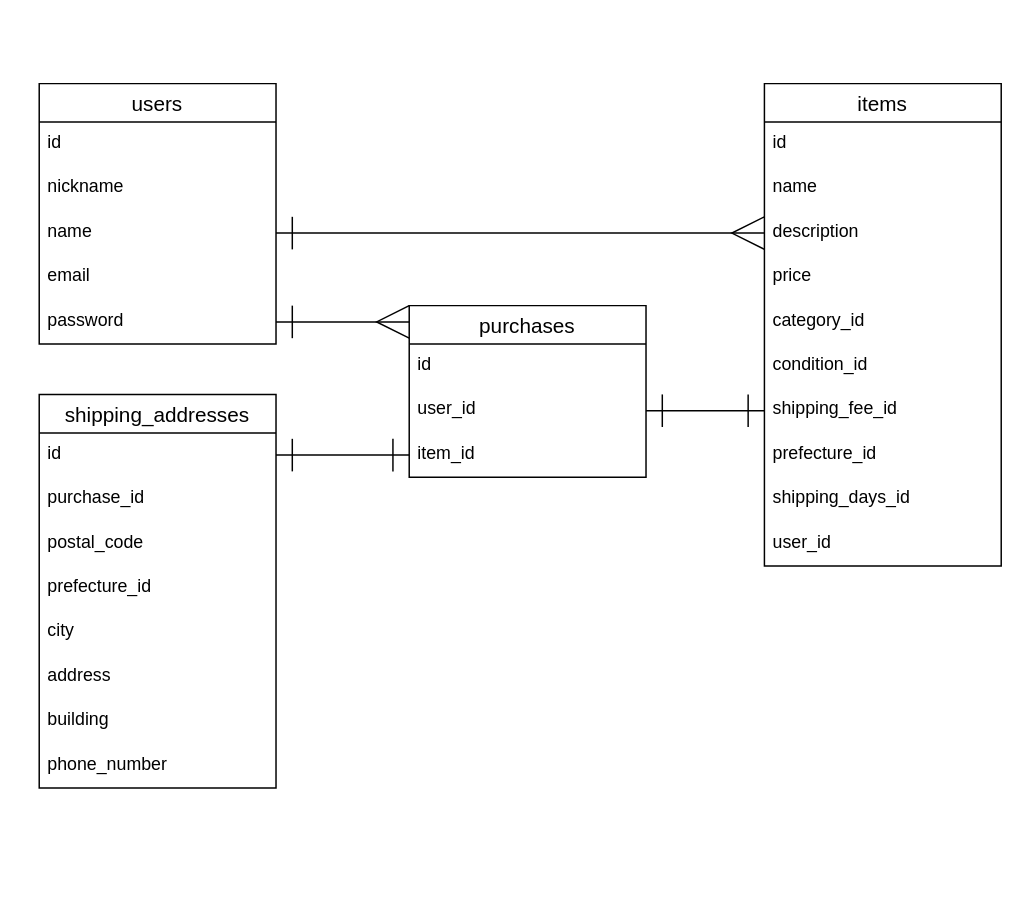
The draw.io diagram ER.dio in Saiko233/furima-40791, before the edit. Source tidied: cells renumbered, new cells numbered last; positions are measured from the earlier drawing's top-left corner, leaving out a move shared by most shapes. Both pictures are drawn from the tidied source at 148%, with x=0, y=0 at pixel (38, 83).
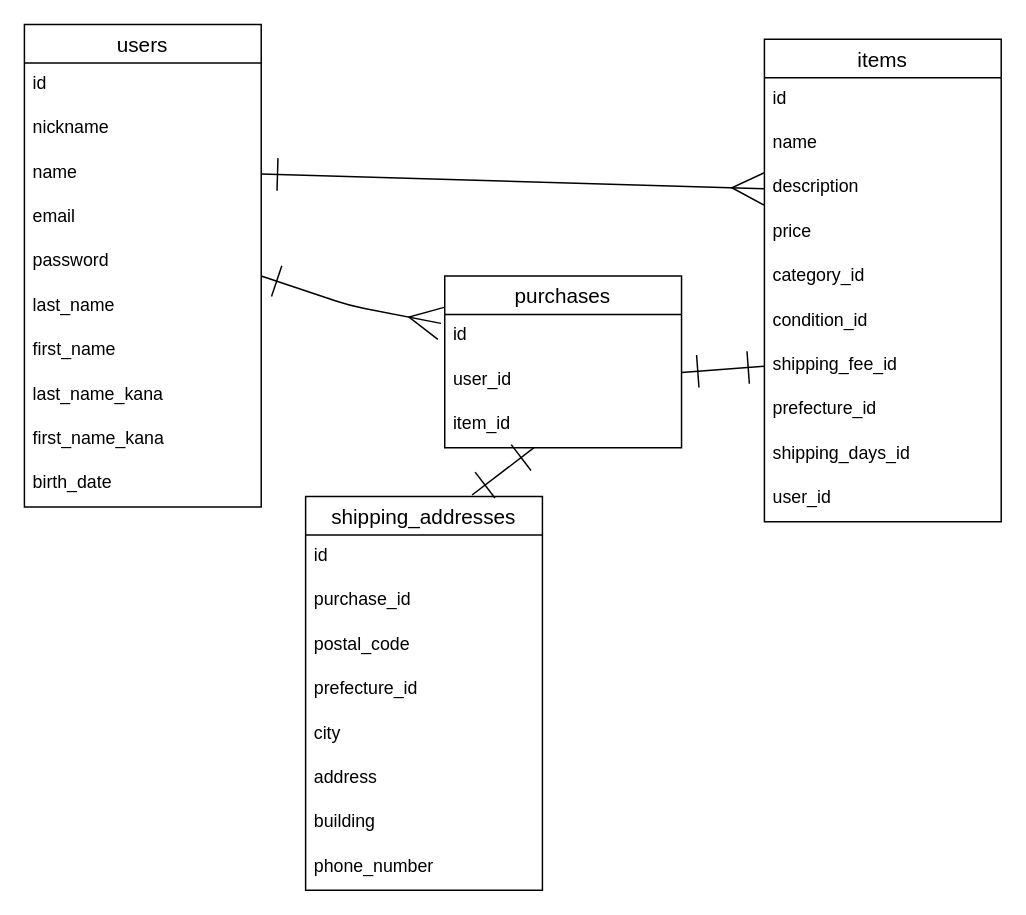
Above is the later version.

Unchanged cells that the change refers to:
```xml
<mxCell id="7" value="password" style="text;strokeColor=none;fillColor=none;spacingLeft=4;spacingRight=4;overflow=hidden;points=[[0,0.5],[1,0.5]];portConstraint=eastwest;fontSize=12;" parent="2" vertex="1">
  <mxGeometry y="146" width="160" height="30" as="geometry" />
</mxCell>
<mxCell id="9" value="id" style="text;strokeColor=none;fillColor=none;spacingLeft=4;spacingRight=4;overflow=hidden;points=[[0,0.5],[1,0.5]];portConstraint=eastwest;fontSize=12;" parent="8" vertex="1">
  <mxGeometry y="26" width="160" height="30" as="geometry" />
</mxCell>
<mxCell id="29" value="id" style="text;strokeColor=none;fillColor=none;spacingLeft=4;spacingRight=4;overflow=hidden;points=[[0,0.5],[1,0.5]];portConstraint=eastwest;fontSize=12;" parent="28" vertex="1">
  <mxGeometry y="26" width="160" height="30" as="geometry" />
</mxCell>
<mxCell id="31" value="item_id" style="text;strokeColor=none;fillColor=none;spacingLeft=4;spacingRight=4;overflow=hidden;points=[[0,0.5],[1,0.5]];portConstraint=eastwest;fontSize=12;" parent="28" vertex="1">
  <mxGeometry y="86" width="160" height="30" as="geometry" />
</mxCell>
```

Diff of the diagram source:
```diff
@@
     <mxCell id="2" value="users" style="swimlane;fontStyle=0;horizontal=1;startSize=26;align=center;fontSize=14;" parent="1" vertex="1">
-      <mxGeometry width="160" height="176" as="geometry" />
+      <mxGeometry x="-10" y="-40" width="160" height="326" as="geometry" />
     </mxCell>
@@
+    <mxCell id="36" value="last_name" style="text;strokeColor=none;fillColor=none;spacingLeft=4;spacingRight=4;overflow=hidden;fontSize=12;fontFamily=Helvetica;fontColor=default;" parent="2" vertex="1">
+      <mxGeometry y="176" width="160" height="30" as="geometry" />
+    </mxCell>
+    <mxCell id="37" value="first_name" style="text;strokeColor=none;fillColor=none;spacingLeft=4;spacingRight=4;overflow=hidden;fontSize=12;fontFamily=Helvetica;fontColor=default;" parent="2" vertex="1">
+      <mxGeometry y="206" width="160" height="30" as="geometry" />
+    </mxCell>
+    <mxCell id="38" value="last_name_kana" style="text;strokeColor=none;fillColor=none;spacingLeft=4;spacingRight=4;overflow=hidden;fontSize=12;fontFamily=Helvetica;fontColor=default;" parent="2" vertex="1">
+      <mxGeometry y="236" width="160" height="30" as="geometry" />
+    </mxCell>
+    <mxCell id="39" value="first_name_kana" style="text;strokeColor=none;fillColor=none;spacingLeft=4;spacingRight=4;overflow=hidden;fontSize=12;fontFamily=Helvetica;fontColor=default;" parent="2" vertex="1">
+      <mxGeometry y="266" width="160" height="30" as="geometry" />
+    </mxCell>
+    <mxCell id="40" value="birth_date" style="text;strokeColor=none;fillColor=none;spacingLeft=4;spacingRight=4;overflow=hidden;fontSize=12;fontFamily=Helvetica;fontColor=default;" parent="2" vertex="1">
+      <mxGeometry y="296" width="160" height="30" as="geometry" />
+    </mxCell>
     <mxCell id="8" value="shipping_addresses" style="swimlane;fontStyle=0;horizontal=1;startSize=26;align=center;fontSize=14;" parent="1" vertex="1">
-      <mxGeometry y="210" width="160" height="266" as="geometry" />
+      <mxGeometry x="180" y="279" width="160" height="266" as="geometry" />
     </mxCell>
@@
     <mxCell id="17" value="items" style="swimlane;fontStyle=0;horizontal=1;startSize=26;align=center;fontSize=14;" parent="1" vertex="1">
-      <mxGeometry x="490" width="160" height="326" as="geometry" />
+      <mxGeometry x="490" y="-30" width="160" height="326" as="geometry" />
     </mxCell>
@@
     <mxCell id="28" value="purchases" style="swimlane;fontStyle=0;horizontal=1;startSize=26;align=center;fontSize=14;" parent="1" vertex="1">
-      <mxGeometry x="250" y="150" width="160" height="116" as="geometry" />
+      <mxGeometry x="274" y="130" width="160" height="116" as="geometry" />
     </mxCell>
@@
-    <mxCell id="33" style="edgeStyle=none;shape=connector;rounded=1;html=1;labelBackgroundColor=default;strokeColor=default;fontFamily=Helvetica;fontSize=11;fontColor=default;startArrow=ERone;startFill=0;endArrow=ERmany;endFill=0;startSize=20;endSize=20;" parent="1" edge="1" source="7">
+    <mxCell id="33" style="edgeStyle=none;shape=connector;rounded=1;html=1;labelBackgroundColor=default;strokeColor=default;fontFamily=Helvetica;fontSize=11;fontColor=default;startArrow=ERone;startFill=0;endArrow=ERmany;endFill=0;startSize=20;endSize=20;entryX=-0.016;entryY=0.2;entryDx=0;entryDy=0;entryPerimeter=0;" parent="1" edge="1" target="29">
       <mxGeometry relative="1" as="geometry">
-        <mxPoint x="250" y="161" as="targetPoint" />
+        <mxPoint x="150" y="130" as="sourcePoint" />
+        <Array as="points">
+          <mxPoint x="210" y="150" />
+        </Array>
       </mxGeometry>
     </mxCell>
@@
-    <mxCell id="35" style="edgeStyle=none;shape=connector;rounded=1;html=1;entryX=1;entryY=0.5;entryDx=0;entryDy=0;labelBackgroundColor=default;strokeColor=default;fontFamily=Helvetica;fontSize=11;fontColor=default;startArrow=ERone;startFill=0;endArrow=ERone;endFill=0;startSize=20;endSize=20;" parent="1" edge="1" source="31" target="9">
+    <mxCell id="35" style="edgeStyle=none;shape=connector;rounded=1;html=1;entryX=0.703;entryY=-0.004;entryDx=0;entryDy=0;labelBackgroundColor=default;strokeColor=default;fontFamily=Helvetica;fontSize=11;fontColor=default;startArrow=ERone;startFill=0;endArrow=ERone;endFill=0;startSize=20;endSize=20;entryPerimeter=0;" parent="1" edge="1" source="31" target="8">
       <mxGeometry relative="1" as="geometry" />
     </mxCell>
```
